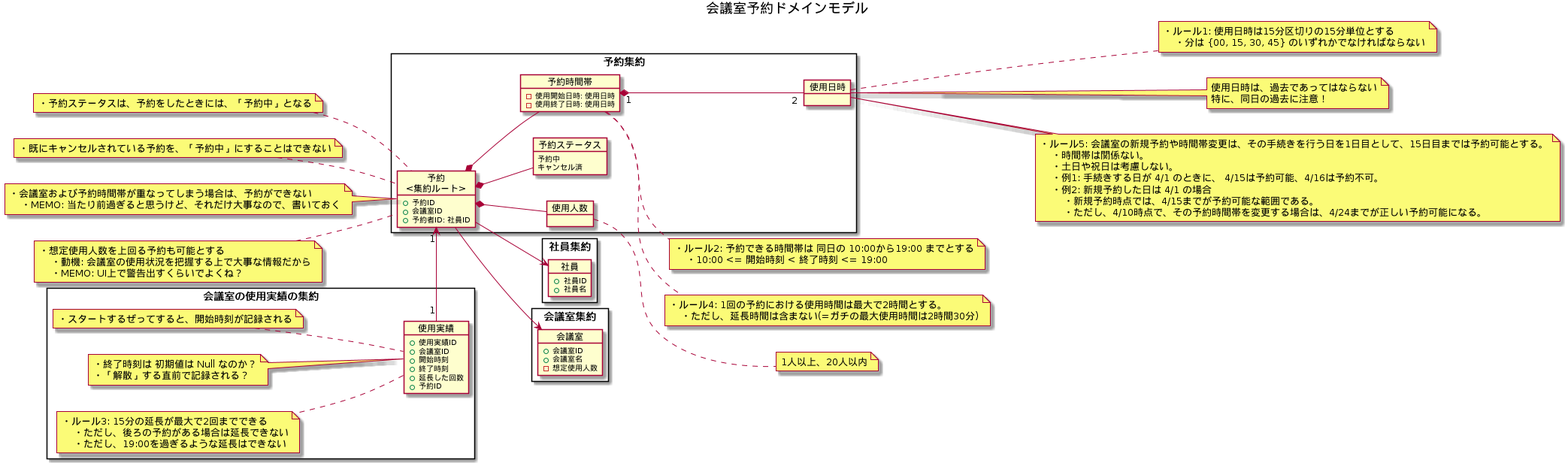
The PlantUML diagram diagram/ドメインモデル.png in ModelingKai/meeting-room-python, before a commit. Its diagram source:
```plantuml
@startuml

title 会議室予約ドメインモデル

left to right direction

rectangle 社員集約 {
    object 社員 {
        + 社員ID
        + 社員名
    }
}

rectangle 予約集約 {
    object "予約\n<集約ルート>" as c1 {
        + 予約ID
        + 会議室ID
        + 予約者ID: 社員ID
    }

    object 予約ステータス {
        予約中
        キャンセル済
    }

    object 使用人数 {
    }

    object 予約時間帯 {
        - 使用開始日時: 使用日時
        - 使用終了日時: 使用日時
    }


    object 使用日時 {
    }
}


rectangle 会議室の使用実績の集約 {
    object "使用実績"  as c2{
        + 使用実績ID
        + 会議室ID
        + 開始時刻
        + 終了時刻
        + 延長した回数

        + 予約ID
    }

    note left of c2
    ・スタートするぜってすると、開始時刻が記録される
    end note

    note left of c2
    ・終了時刻は 初期値は Null なのか？
    ・「解散」する直前で記録される？
    end note

    note left of c2
    ・ルール3: 15分の延長が最大で2回までできる
        ・ただし、後ろの予約がある場合は延長できない
        ・ただし、19:00を過ぎるような延長はできない
    end note

    c2 "1" -right-> "1" c1

}

rectangle 会議室集約 {
    object 会議室 {
        + 会議室ID
        + 会議室名
        - 想定使用人数
    }
}


c1 --> 会議室
c1 --> 社員
c1 *-- 使用人数
c1 *-- 予約時間帯
c1 *-- 予約ステータス
予約時間帯 "1" *-- "2" 使用日時


note left of c1
・予約ステータスは、予約をしたときには、「予約中」となる
end note

note left of c1
・既にキャンセルされている予約を、「予約中」にすることはできない
end note


note left of c1
・会議室および予約時間帯が重なってしまう場合は、予約ができない
    ・MEMO: 当たり前過ぎると思うけど、それだけ大事なので、書いておく
end note

note left of c1
・想定使用人数を上回る予約も可能とする
    ・動機: 会議室の使用状況を把握する上で大事な情報だから
    ・MEMO: UI上で警告出すくらいでよくね？
end note



note right of 予約時間帯
・ルール2: 予約できる時間帯は 同日の 10:00から19:00 までとする
    ・10:00 <= 開始時刻 < 終了時刻 <= 19:00
end note


note right of 予約時間帯
・ルール4: 1回の予約における使用時間は最大で2時間とする。
    ・ただし、延長時間は含まない(=ガチの最大使用時間は2時間30分)
end note


note right of 使用日時
・ルール1: 使用日時は15分区切りの15分単位とする
    ・分は {00, 15, 30, 45} のいずれかでなければならない
end note

note right of 使用日時
使用日時は、過去であってはならない
特に、同日の過去に注意！
end note

note right of 使用日時
・ルール5: 会議室の新規予約や時間帯変更は、その手続きを行う日を1日目として、15日目までは予約可能とする。
    ・時間帯は関係ない。
    ・土日や祝日は考慮しない。
    ・例1: 手続きする日が 4/1 のときに、 4/15は予約可能、4/16は予約不可。
    ・例2: 新規予約した日は 4/1 の場合
        ・新規予約時点では、4/15までが予約可能な範囲である。
        ・ただし、4/10時点で、その予約時間帯を変更する場合は、4/24までが正しい予約可能になる。
end note

note right of 使用人数
1人以上、20人以内
end note

@enduml
```
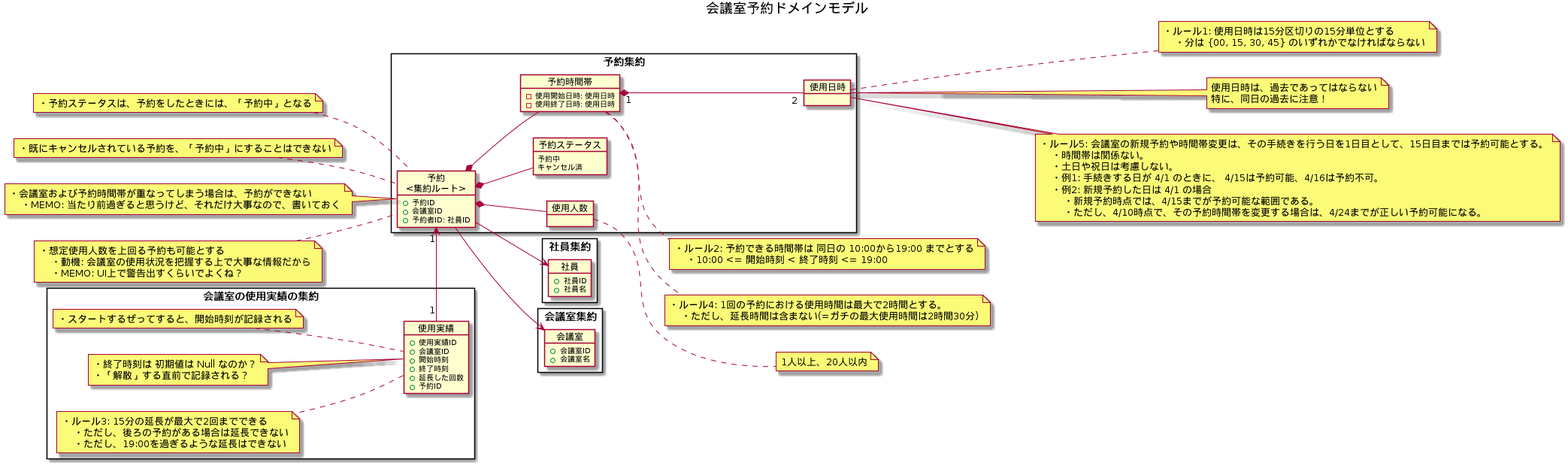
Later version of the same file.

Commit message:
Generate SVG and PNG images for PlantUML diagrams

What changed in the source:
```diff
@@ -71,7 +71,6 @@
     object 会議室 {
         + 会議室ID
         + 会議室名
-        - 想定使用人数
     }
 }
 
```
